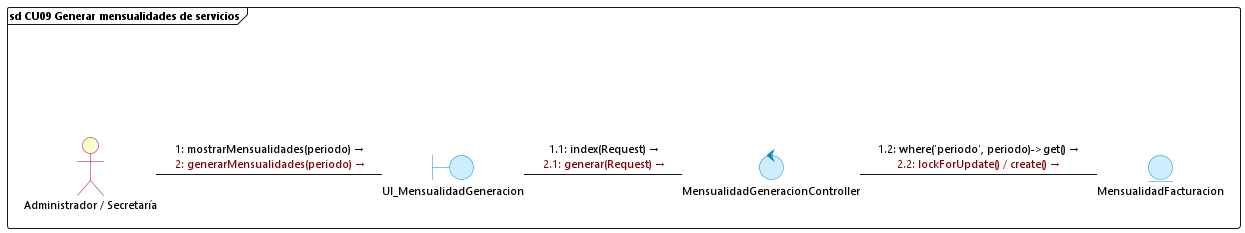
This is diagramas/comunicacion/cu09_generar_mensualidades.png from DiogoMars777/TELCOM-2.0, a PlantUML export, as it was before one commit. Source of this version:
```plantuml
@startuml cu09_generar_mensualidades
skinparam backgroundColor white
skinparam defaultFontName "Segoe UI"
skinparam defaultFontSize 11
skinparam interfaceBackgroundColor transparent
skinparam interfaceBorderColor transparent
skinparam actorBackgroundColor #FEFECE
skinparam actorBorderColor #A80036
skinparam boundaryBackgroundColor #CCEEFF
skinparam boundaryBorderColor #0088CC
skinparam controlBackgroundColor #CCEEFF
skinparam controlBorderColor #0088CC
skinparam entityBackgroundColor #CCEEFF
skinparam entityBorderColor #0088CC

frame "sd CU09 Generar mensualidades de servicios" {
    () " " as spacer
    actor "Administrador / Secretaría" as Admin
    boundary UI_MensualidadGeneracion
    control MensualidadGeneracionController
    entity MensualidadFacturacion

    spacer -[hidden]down- Admin

    Admin -right- UI_MensualidadGeneracion : <font color=#000000>1: mostrarMensualidades(periodo) →</font>\n<font color=#800000>2: generarMensualidades(periodo) →</font>

    UI_MensualidadGeneracion -right- MensualidadGeneracionController : <font color=#000000>1.1: index(Request) →</font>\n<font color=#800000>2.1: generar(Request) →</font>

    MensualidadGeneracionController -right- MensualidadFacturacion : <font color=#000000>1.2: where('periodo', periodo)->get() →</font>\n<font color=#800000>2.2: lockForUpdate() / create() →</font>
}
@enduml
```
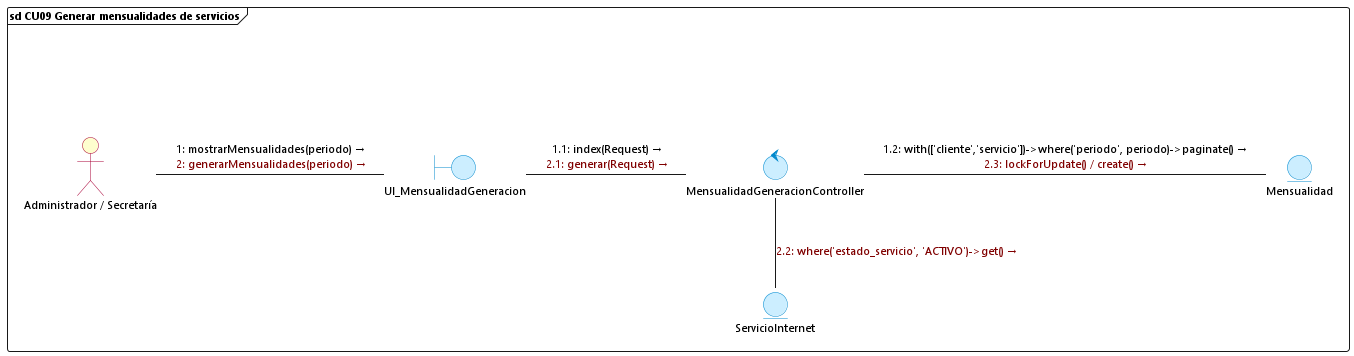
Above is the later version.

Diff of the diagram source:
```diff
@@ -18,7 +18,8 @@
     actor "Administrador / Secretaría" as Admin
     boundary UI_MensualidadGeneracion
     control MensualidadGeneracionController
-    entity MensualidadFacturacion
+    entity Mensualidad
+    entity ServicioInternet
 
     spacer -[hidden]down- Admin
 
@@ -26,6 +27,8 @@
 
     UI_MensualidadGeneracion -right- MensualidadGeneracionController : <font color=#000000>1.1: index(Request) →</font>\n<font color=#800000>2.1: generar(Request) →</font>
 
-    MensualidadGeneracionController -right- MensualidadFacturacion : <font color=#000000>1.2: where('periodo', periodo)->get() →</font>\n<font color=#800000>2.2: lockForUpdate() / create() →</font>
+    MensualidadGeneracionController -right- Mensualidad : <font color=#000000>1.2: with(['cliente','servicio'])->where('periodo', periodo)->paginate() →</font>\n<font color=#800000>2.3: lockForUpdate() / create() →</font>
+
+    MensualidadGeneracionController -down- ServicioInternet : <font color=#800000>2.2: where('estado_servicio', 'ACTIVO')->get() →</font>
 }
 @enduml
```
